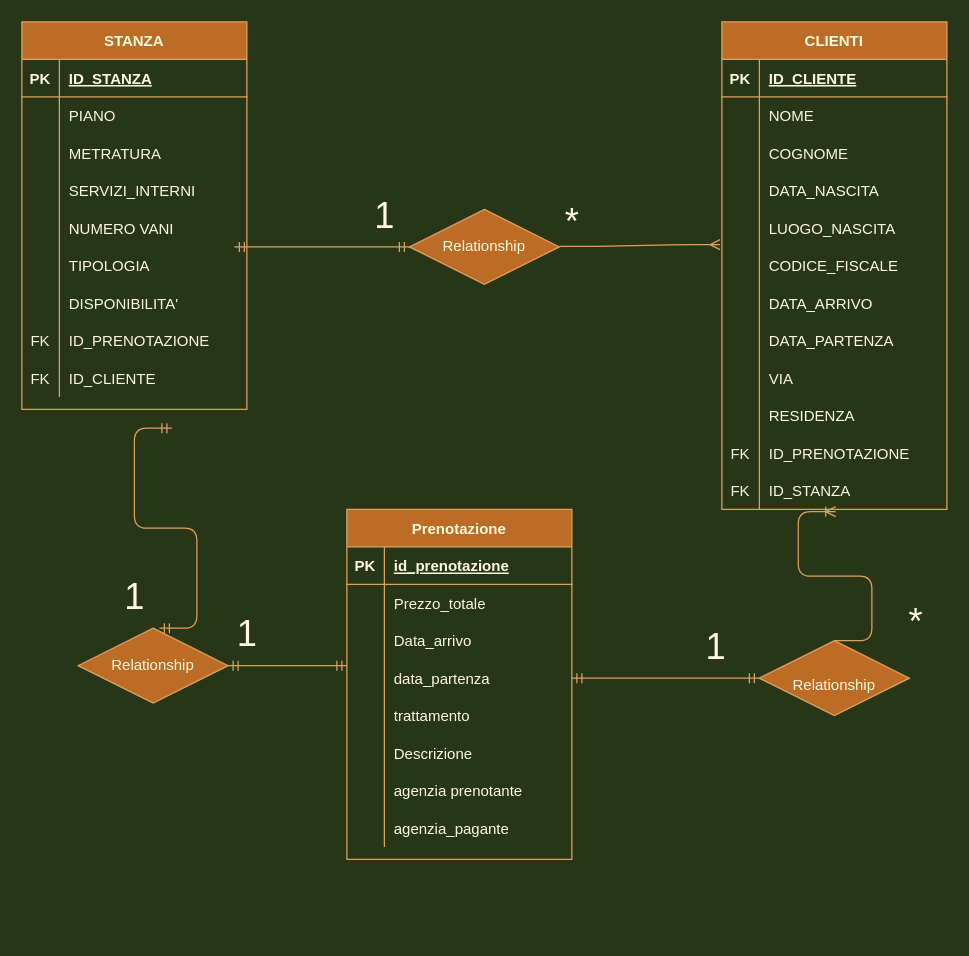
williamtruppi/db-first keeps this draw.io diagram as hotel.drawio. Above is the earlier version. Source tidied: cells renumbered, new cells numbered last; positions are measured from the earlier drawing's top-left corner, leaving out a move shared by most shapes. Both pictures are drawn from the tidied source at 125%, with x=0, y=0 at pixel (21, 21).
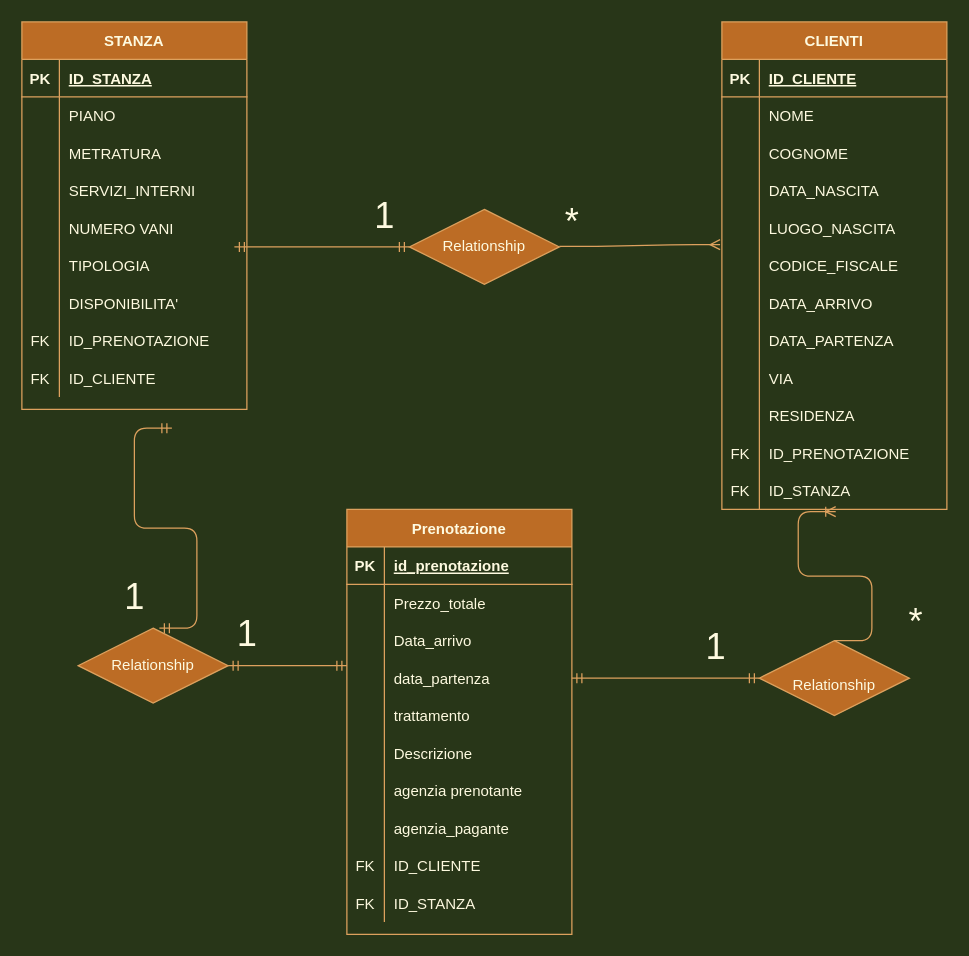
The same diagram, later.

Commit message (it also covers changes not shown here):
inserite FK mancanti nella table prenotazioni

Change to the diagram source:
```diff
@@
     <mxCell id="72" value="Prenotazione" style="shape=table;startSize=30;childLayout=tableLayout;rowLines=0;fontStyle=1;align=center;fontSize=12;fillColor=#BC6C25;strokeColor=#DDA15E;fontColor=#FEFAE0;" parent="1" vertex="1">
-      <mxGeometry x="260" y="390" width="180" height="280" as="geometry" />
+      <mxGeometry x="260" y="390" width="180" height="340" as="geometry" />
     </mxCell>
@@
+    <mxCell id="107" style="shape=partialRectangle;fillColor=none;top=0;left=0;bottom=0;right=0;strokeColor=#DDA15E;fontColor=#FEFAE0;" parent="72" vertex="1">
+      <mxGeometry y="270" width="180" height="30" as="geometry" />
+    </mxCell>
+    <mxCell id="108" value="FK" style="shape=partialRectangle;fillColor=none;top=0;left=0;bottom=0;right=0;overflow=hidden;strokeColor=#DDA15E;fontColor=#FEFAE0;" parent="107" vertex="1">
+      <mxGeometry width="30" height="30" as="geometry" />
+    </mxCell>
+    <mxCell id="109" value="ID_CLIENTE" style="shape=partialRectangle;fillColor=none;top=0;left=0;bottom=0;right=0;align=left;spacingLeft=6;overflow=hidden;strokeColor=#DDA15E;fontColor=#FEFAE0;" parent="107" vertex="1">
+      <mxGeometry x="30" width="150" height="30" as="geometry" />
+    </mxCell>
+    <mxCell id="110" style="shape=partialRectangle;fillColor=none;top=0;left=0;bottom=0;right=0;strokeColor=#DDA15E;fontColor=#FEFAE0;" parent="72" vertex="1">
+      <mxGeometry y="300" width="180" height="30" as="geometry" />
+    </mxCell>
+    <mxCell id="111" value="FK" style="shape=partialRectangle;fillColor=none;top=0;left=0;bottom=0;right=0;overflow=hidden;strokeColor=#DDA15E;fontColor=#FEFAE0;" parent="110" vertex="1">
+      <mxGeometry width="30" height="30" as="geometry" />
+    </mxCell>
+    <mxCell id="112" value="ID_STANZA" style="shape=partialRectangle;fillColor=none;top=0;left=0;bottom=0;right=0;align=left;spacingLeft=6;overflow=hidden;strokeColor=#DDA15E;fontColor=#FEFAE0;" parent="110" vertex="1">
+      <mxGeometry x="30" width="150" height="30" as="geometry" />
+    </mxCell>
```
